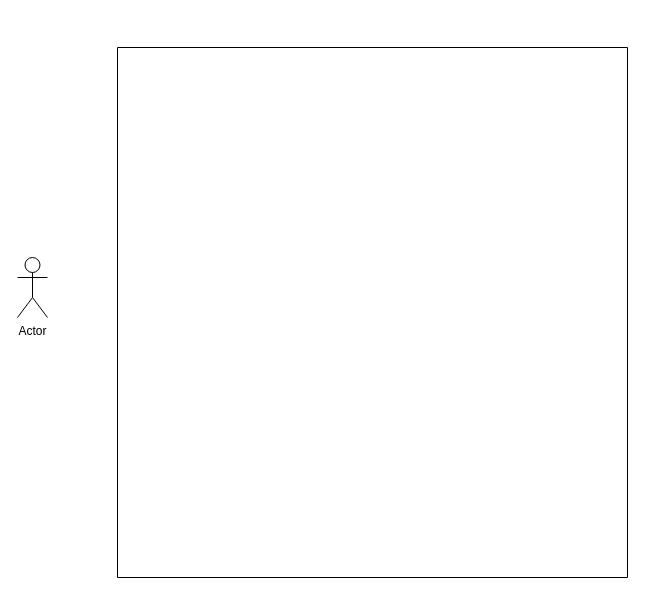
Before: Untitled Diagram.drawio in MaduraJ/Network-traffic-data-Visualization-tool-for-pfsense, a draw.io diagram. Source tidied: cells renumbered, new cells numbered last; positions are measured from the earlier drawing's top-left corner, leaving out a move shared by most shapes. Both pictures are drawn from the tidied source at 100%, with x=0, y=0 at pixel (17, 47).
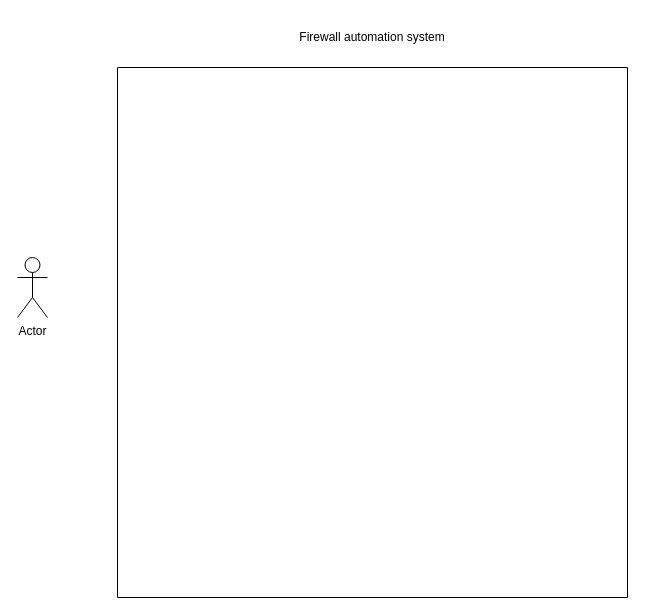
The same page after the edit.

The edit, as a diff of the source:
```diff
@@
 <mxGraphModel>
   <root>
     <mxCell id="0" />
     <mxCell id="1" parent="0" />
+    <mxCell id="3" value="Actor" style="shape=umlActor;verticalLabelPosition=bottom;verticalAlign=top;html=1;" parent="1" vertex="1">
+      <mxGeometry y="210" width="30" height="60" as="geometry" />
+    </mxCell>
+    <mxCell id="4" style="group;" parent="1" vertex="1">
+      <mxGeometry x="100" y="-30" width="510" height="580" as="geometry" />
+    </mxCell>
-    <mxCell id="2" style="swimlane;startSize=0;" parent="1" vertex="1">
-      <mxGeometry x="100" width="510" height="530" as="geometry" />
+    <mxCell id="2" style="swimlane;startSize=0;" parent="4" vertex="1">
+      <mxGeometry y="50" width="510" height="530" as="geometry" />
     </mxCell>
-    <mxCell id="3" value="Actor" style="shape=umlActor;verticalLabelPosition=bottom;verticalAlign=top;html=1;" parent="1" vertex="1">
-      <mxGeometry y="210" width="30" height="60" as="geometry" />
-    </mxCell>
+    <mxCell id="5" value="Firewall automation system" style="text;html=1;strokeColor=none;fillColor=none;align=center;verticalAlign=middle;whiteSpace=wrap;rounded=0;" parent="4" vertex="1">
+      <mxGeometry x="177" width="156" height="40" as="geometry" />
+    </mxCell>
   </root>
 </mxGraphModel>
```
